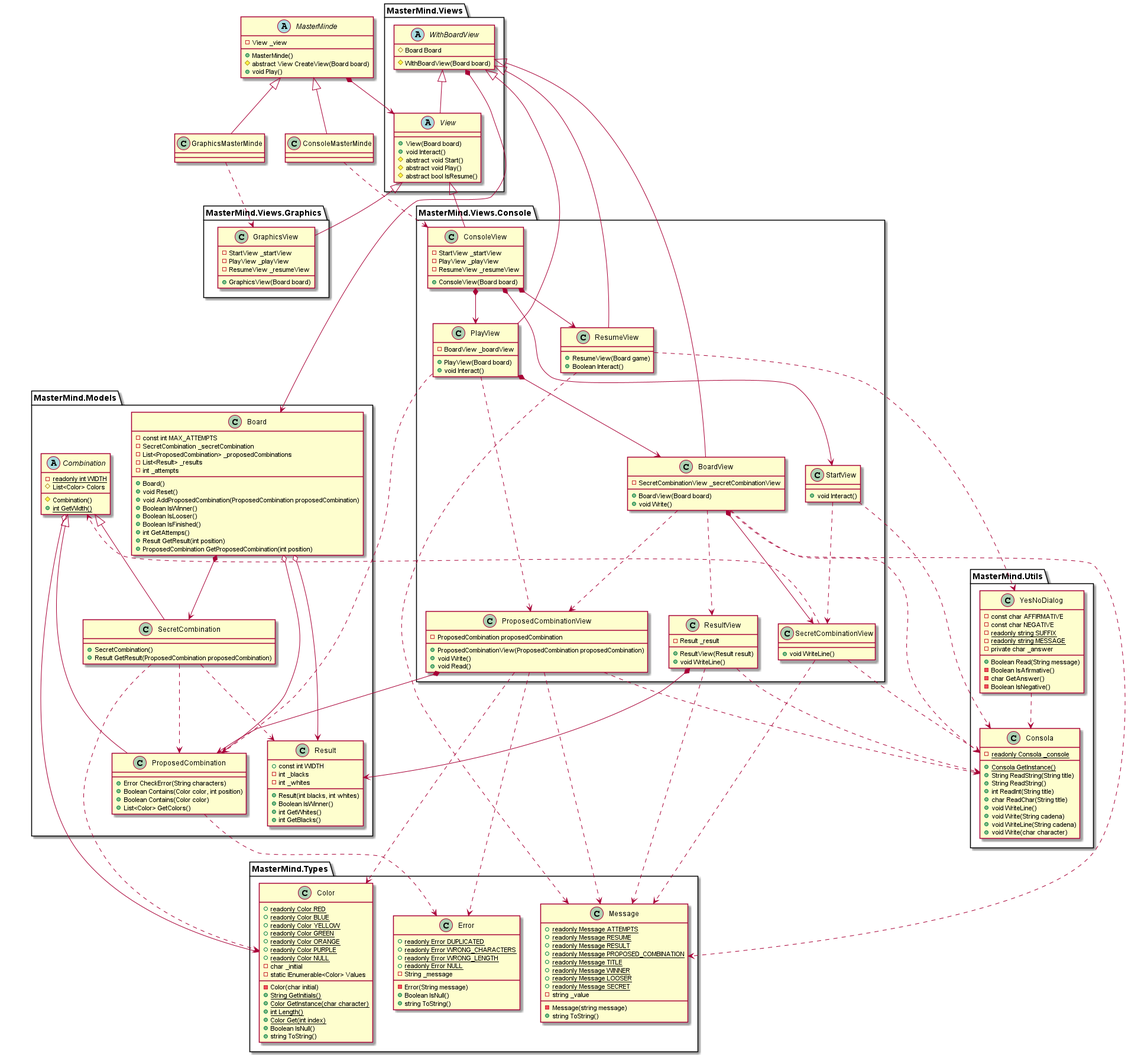
The PlantUML diagram 3.1.ModelViewPresenter - PresentationModel - Basic/diagrams/MasterMind.png in Master-Desarrollo-20-21/diseno-oo-ejercicio-3-mastermind-separacion-de-controladores-jmanuelsoberano, before a commit.
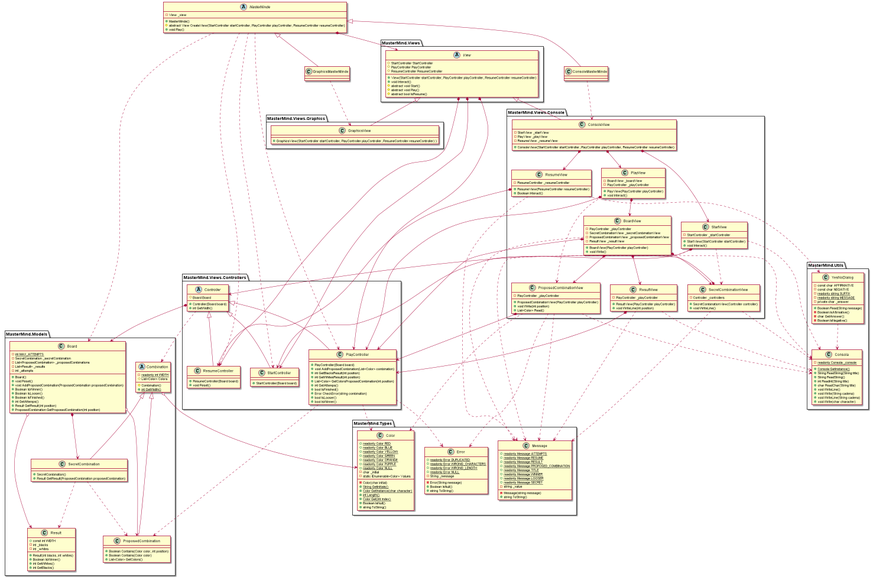
After the change.

Change to the diagram source:
```diff
@@ -4,7 +4,7 @@
     - View _view
 
     + MasterMinde()
-    # abstract View CreateView(Board board)
+    # abstract View CreateView(StartController startController, PlayController playController, ResumeController resumeController)
     + void Play()
 }
 
@@ -18,7 +18,7 @@
 package MasterMind.Models {
 
     class Board {
-        - const int MAX_ATTEMPTS
+        - {static} int MAX_ATTEMPTS
         - SecretCombination _secretCombination
         - List<ProposedCombination> _proposedCombinations
         - List<Result> _results
@@ -44,7 +44,6 @@
     }
 
     class ProposedCombination {
-        + Error CheckError(String characters)
         + Boolean Contains(Color color, int position)
         + Boolean Contains(Color color)
         + List<Color> GetColors()
@@ -152,14 +151,11 @@
 
 package MasterMind.Views {
 
-    abstract class WithBoardView {
-        # Board Board
-
-        # WithBoardView(Board board)
-    }
-
     abstract class View {
-        + View(Board board)
+        # StartController StartController
+        # PlayController PlayController
+        # ResumeController ResumeController
+        + View(StartController startController, PlayController playController, ResumeController resumeController)
         + void Interact()
         # abstract void Start()
         # abstract void Play()
@@ -175,44 +171,60 @@
         - PlayView _playView
         - ResumeView _resumeView
 
-        + ConsoleView(Board board)
+        + ConsoleView(StartController startController, PlayController playController, ResumeController resumeController)
     }
 
     class StartView {
+        - StartController _startController
+
+        + StartView(StartController startController)
         + void Interact()
     }
 
     class SecretCombinationView {
+        - Controller _controllers
+
+        + SecretCombinationView(Controller controller)
         + void WriteLine()
     }
 
     class ResumeView {
-        + ResumeView(Board game)
+        - ResumeController _resumeController
+
+        + ResumeView(ResumeController resumeController)
         + Boolean Interact()
     }
 
     class ResultView {
-        - Result _result
-        + ResultView(Result result)
-        + void WriteLine()
+        - PlayController _playController
+
+        + ResultView(PlayController playController)
+        + void WriteLine(int position)
     }
 
     class ProposedCombinationView {
-        - ProposedCombination proposedCombination
-        + ProposedCombinationView(ProposedCombination proposedCombination)
-        + void Write()
-        + void Read()
+        - PlayController _playController
+
+        + ProposedCombinationView(PlayController playController)
+        + void Write(int position)
+        + List<Color> Read()
     }
 
     class PlayView {
         - BoardView _boardView
-        + PlayView(Board board)
+        - PlayController _playController
+
+        + PlayView(PlayController playController)
         + void Interact()
     }
 
     class BoardView {
+        - PlayController _playController
         - SecretCombinationView _secretCombinationView
-        + BoardView(Board board)
+        - ProposedCombinationView _proposedCombinationView
+        - ResultView _resultView
+
+        + BoardView(PlayController playController)
         + void Write()
     }
 
@@ -221,21 +233,69 @@
 package MasterMind.Views.Graphics {
 
     class GraphicsView {
-        - StartView _startView
-        - PlayView _playView
-        - ResumeView _resumeView
+        + GraphicsView(StartController startController, PlayController playController, ResumeController resumeController) )
+    }
 
-        + GraphicsView(Board board)
+}
+
+package MasterMind.Views.Controllers {
+
+    abstract class Controller {
+        # Board Board
+        + Controller(Board board)
+        + int GetWidth()
+    }
+
+    class PlayController {
+        + PlayController(Board board)
+        + void AddProposedCombination(List<Color> combination)
+        + int GetBlacksResult(int position)
+        + int GetWhitesResult(int position)
+        + List<Color> GetColorsProposedCombination(int position)
+        + int GetAttemps()
+        + bool IsFinished()
+        + Error CheckError(string combination)
+        + bool IsLooser()
+        + bool IsWinner()
+    }
+
+    class ResumeController {
+        + ResumeController(Board board)
+        + void Reset()
+    }
+
+    class StartController {
+        + StartController(Board board)
     }
 
 }
 
 MasterMinde *--> View
+MasterMinde ..> Board
+MasterMinde ..> StartController
+MasterMinde ..> PlayController
+MasterMinde ..> ResumeController
+
 MasterMinde <|-- ConsoleMasterMinde
 MasterMinde <|-- GraphicsMasterMinde
 
+Controller *--> Board
+Controller ..> Combination
+
+Controller <|-- StartController
+Controller <|-- PlayController
+Controller <|-- ResumeController
+
+PlayController ..> Color
+PlayController ..> ProposedCombination
+PlayController ..> Error
+
 GraphicsMasterMinde ..> GraphicsView
 ConsoleMasterMinde ..> ConsoleView
+
+View *--> StartController
+View *--> PlayController
+View *--> ResumeController
 
 View <|-- GraphicsView
 View <|-- ConsoleView
@@ -243,41 +303,39 @@
 ConsoleView *--> PlayView
 ConsoleView *--> ResumeView
 
-WithBoardView <|-- View
-WithBoardView <|-- ResumeView
-WithBoardView <|-- PlayView
-WithBoardView <|-- BoardView
-WithBoardView *--> Board
-
+StartView *--> StartController
 StartView ..> Consola
 StartView ..> SecretCombinationView
+StartView ..> Message
 
-SecretCombinationView ..> Combination
+SecretCombinationView *--> Controller
 SecretCombinationView ..> Consola
 SecretCombinationView ..> Message
 
+ResumeView *--> ResumeController
 ResumeView ..> YesNoDialog
 ResumeView ..> Message
 
-ResultView *--> Result
+ResultView *--> PlayController
 ResultView ..> Consola
 ResultView ..> Message
 
-ProposedCombinationView *--> ProposedCombination
+ProposedCombinationView *--> PlayController
 ProposedCombinationView ..> Color
 ProposedCombinationView ..> Consola
 ProposedCombinationView ..> Error
 ProposedCombinationView ..> Message
 
 PlayView *--> BoardView
-PlayView ..> ProposedCombination
+PlayView *--> PlayController
 PlayView ..> ProposedCombinationView
 
+BoardView *--> PlayController
 BoardView *--> SecretCombinationView
+BoardView *--> ProposedCombinationView
+BoardView *--> ResultView
 BoardView ..> Consola
 BoardView ..> Message
-BoardView ..> ProposedCombinationView
-BoardView ..> ResultView
 
 YesNoDialog ..> Consola
 
@@ -289,9 +347,6 @@
 Combination <|-- ProposedCombination
 Combination <|-- SecretCombination
 
-ProposedCombination ..> Error
-
-SecretCombination ..> Color
 SecretCombination ..> ProposedCombination
 SecretCombination ..> Result
 
```
